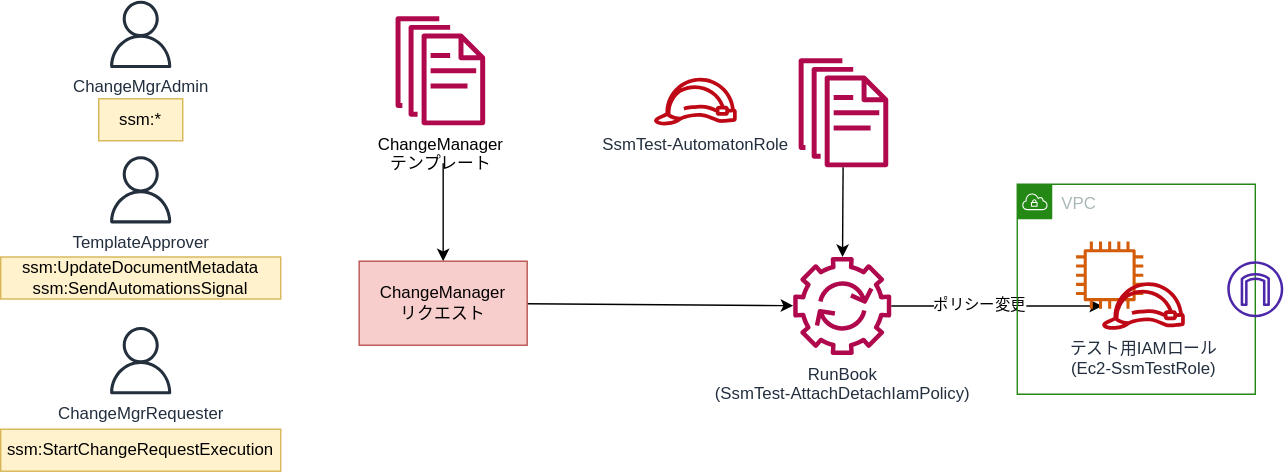
Above: Documents/arch.svg in Noppy/SystemsManager-ChangeManagerPoC (draw.io), before the change. Source tidied: cells renumbered, new cells last; positions are measured from the earlier drawing's top-left corner, leaving out a move shared by most shapes. Source of this version:
```xml
<mxGraphModel>
  <root>
    <mxCell id="0" />
    <mxCell id="1" parent="0" />
    <mxCell id="2" value="ChangeMgrRequester" style="sketch=0;fontColor=#232F3E;gradientColor=none;fillColor=#232F3D;strokeColor=none;dashed=0;verticalLabelPosition=bottom;verticalAlign=top;align=center;html=1;fontSize=12;fontStyle=0;shape=mxgraph.aws4.user;" parent="1" vertex="1">
      <mxGeometry x="76" y="233" width="48" height="48" as="geometry" />
    </mxCell>
    <mxCell id="3" style="rounded=0;jettySize=auto;html=1;strokeColor=default;" parent="1" edge="1" source="5" target="8">
      <mxGeometry relative="1" as="geometry" />
    </mxCell>
    <mxCell id="4" value="ポリシー変更" style="edgeLabel;html=1;align=center;verticalAlign=middle;" parent="3" vertex="1">
      <mxGeometry x="-0.17" y="2" relative="1" as="geometry" />
    </mxCell>
    <mxCell id="5" value="RunBook&lt;br&gt;(SsmTest-AttachDetachIamPolicy)" style="sketch=0;outlineConnect=0;fontColor=#232F3E;gradientColor=none;fillColor=#B0084D;strokeColor=none;dashed=0;verticalLabelPosition=bottom;verticalAlign=top;align=center;html=1;fontSize=12;fontStyle=0;shape=mxgraph.aws4.automation;" parent="1" vertex="1">
      <mxGeometry x="566" y="183" width="70" height="70" as="geometry" />
    </mxCell>
    <mxCell id="6" value="VPC" style="gradientColor=none;html=1;whiteSpace=wrap;fontSize=12;fontStyle=0;shape=mxgraph.aws4.group;grIcon=mxgraph.aws4.group_vpc;strokeColor=#248814;fillColor=none;verticalAlign=top;align=left;spacingLeft=30;fontColor=#AAB7B8;dashed=0;" parent="1" vertex="1">
      <mxGeometry x="726" y="131" width="170" height="150" as="geometry" />
    </mxCell>
    <mxCell id="7" style="sketch=0;fontColor=#232F3E;gradientColor=none;fillColor=#D45B07;strokeColor=none;dashed=0;verticalLabelPosition=bottom;verticalAlign=top;align=center;html=1;fontSize=12;fontStyle=0;shape=mxgraph.aws4.instance2;" parent="6" vertex="1">
      <mxGeometry x="42" y="41" width="48" height="48" as="geometry" />
    </mxCell>
    <mxCell id="8" value="テスト用IAMロール&lt;br&gt;(Ec2-SsmTestRole)" style="sketch=0;outlineConnect=0;fontColor=#232F3E;gradientColor=none;fillColor=#BF0816;strokeColor=none;dashed=0;verticalLabelPosition=bottom;verticalAlign=top;align=center;html=1;fontSize=12;fontStyle=0;shape=mxgraph.aws4.role;" parent="6" vertex="1">
      <mxGeometry x="60" y="70" width="60.3" height="34" as="geometry" />
    </mxCell>
    <mxCell id="9" style="sketch=0;fontColor=#232F3E;gradientColor=none;fillColor=#4D27AA;strokeColor=none;dashed=0;verticalLabelPosition=bottom;verticalAlign=top;align=center;html=1;fontSize=12;fontStyle=0;shape=mxgraph.aws4.internet_gateway;" parent="6" vertex="1">
      <mxGeometry x="150" y="55" width="40" height="40" as="geometry" />
    </mxCell>
    <mxCell id="10" value="SsmTest-AutomatonRole" style="sketch=0;fontColor=#232F3E;gradientColor=none;fillColor=#BF0816;strokeColor=none;dashed=0;verticalLabelPosition=bottom;verticalAlign=top;align=center;html=1;fontSize=12;fontStyle=0;shape=mxgraph.aws4.role;" parent="1" vertex="1">
      <mxGeometry x="466" y="55" width="60.3" height="34" as="geometry" />
    </mxCell>
    <mxCell id="11" style="sketch=0;outlineConnect=0;fontColor=#232F3E;gradientColor=none;fillColor=#B0084D;strokeColor=none;dashed=0;verticalLabelPosition=bottom;verticalAlign=top;align=center;html=1;fontSize=12;fontStyle=0;shape=mxgraph.aws4.documents;" parent="1" vertex="1">
      <mxGeometry x="569.9" y="41" width="64" height="78" as="geometry" />
    </mxCell>
    <mxCell id="12" style="rounded=0;jettySize=auto;html=1;" parent="1" edge="1" source="11" target="5">
      <mxGeometry relative="1" as="geometry" />
    </mxCell>
    <mxCell id="13" style="edgeStyle=none;rounded=0;jettySize=auto;html=1;entryX=0.5;entryY=0;entryDx=0;entryDy=0;" parent="1" edge="1" target="15">
      <mxGeometry relative="1" as="geometry">
        <mxPoint x="316" y="116" as="sourcePoint" />
      </mxGeometry>
    </mxCell>
    <mxCell id="14" style="edgeStyle=none;rounded=0;jettySize=auto;html=1;" parent="1" edge="1" source="15" target="5">
      <mxGeometry relative="1" as="geometry" />
    </mxCell>
    <mxCell id="15" value="ChangeManager&lt;br&gt;リクエスト" style="rounded=0;whiteSpace=wrap;html=1;fillColor=#f8cecc;strokeColor=#b85450;" parent="1" vertex="1">
      <mxGeometry x="256" y="186" width="120" height="60" as="geometry" />
    </mxCell>
    <mxCell id="16" value="TemplateApprover" style="sketch=0;fontColor=#232F3E;gradientColor=none;fillColor=#232F3D;strokeColor=none;dashed=0;verticalLabelPosition=bottom;verticalAlign=top;align=center;html=1;fontSize=12;fontStyle=0;shape=mxgraph.aws4.user;" parent="1" vertex="1">
      <mxGeometry x="76" y="111" width="48" height="48" as="geometry" />
    </mxCell>
    <mxCell id="17" value="ChangeMgrAdmin" style="sketch=0;fontColor=#232F3E;gradientColor=none;fillColor=#232F3D;strokeColor=none;dashed=0;verticalLabelPosition=bottom;verticalAlign=top;align=center;html=1;fontSize=12;fontStyle=0;shape=mxgraph.aws4.user;" parent="1" vertex="1">
      <mxGeometry x="76" width="48" height="48" as="geometry" />
    </mxCell>
    <mxCell id="18" value="&lt;span style=&quot;color: rgb(0 , 0 , 0)&quot;&gt;ChangeManager&lt;/span&gt;&lt;br style=&quot;color: rgb(0 , 0 , 0)&quot;&gt;&lt;span style=&quot;color: rgb(0 , 0 , 0)&quot;&gt;テンプレート&lt;/span&gt;" style="sketch=0;fontColor=#232F3E;gradientColor=none;fillColor=#B0084D;strokeColor=none;dashed=0;verticalLabelPosition=bottom;verticalAlign=top;align=center;html=1;fontSize=12;fontStyle=0;shape=mxgraph.aws4.documents;" parent="1" vertex="1">
      <mxGeometry x="282" y="11" width="64" height="78" as="geometry" />
    </mxCell>
    <mxCell id="19" value="ssm:StartChangeRequestExecution" style="rounded=0;whiteSpace=wrap;html=1;fillColor=#fff2cc;strokeColor=#d6b656;" parent="1" vertex="1">
      <mxGeometry y="306" width="200" height="30" as="geometry" />
    </mxCell>
    <mxCell id="20" value="ssm:UpdateDocumentMetadata&lt;br&gt;ssm:SendAutomationsSignal" style="rounded=0;whiteSpace=wrap;html=1;fillColor=#fff2cc;strokeColor=#d6b656;" parent="1" vertex="1">
      <mxGeometry y="183" width="200" height="30" as="geometry" />
    </mxCell>
    <mxCell id="21" value="ssm:*" style="rounded=0;whiteSpace=wrap;html=1;fillColor=#fff2cc;strokeColor=#d6b656;" parent="1" vertex="1">
      <mxGeometry x="70" y="70" width="60" height="30" as="geometry" />
    </mxCell>
  </root>
</mxGraphModel>
```
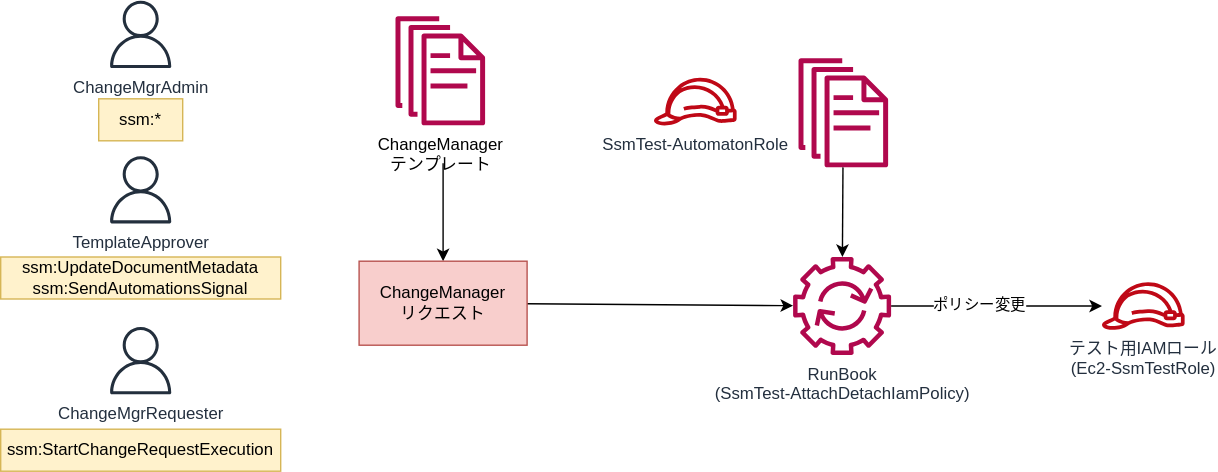
After the commit.

Commit message:
検証図修正

Diff of the diagram source:
```diff
@@ -14,18 +14,6 @@
     <mxCell id="5" value="RunBook&lt;br&gt;(SsmTest-AttachDetachIamPolicy)" style="sketch=0;outlineConnect=0;fontColor=#232F3E;gradientColor=none;fillColor=#B0084D;strokeColor=none;dashed=0;verticalLabelPosition=bottom;verticalAlign=top;align=center;html=1;fontSize=12;fontStyle=0;shape=mxgraph.aws4.automation;" parent="1" vertex="1">
       <mxGeometry x="566" y="183" width="70" height="70" as="geometry" />
     </mxCell>
-    <mxCell id="6" value="VPC" style="gradientColor=none;html=1;whiteSpace=wrap;fontSize=12;fontStyle=0;shape=mxgraph.aws4.group;grIcon=mxgraph.aws4.group_vpc;strokeColor=#248814;fillColor=none;verticalAlign=top;align=left;spacingLeft=30;fontColor=#AAB7B8;dashed=0;" parent="1" vertex="1">
-      <mxGeometry x="726" y="131" width="170" height="150" as="geometry" />
-    </mxCell>
-    <mxCell id="7" style="sketch=0;fontColor=#232F3E;gradientColor=none;fillColor=#D45B07;strokeColor=none;dashed=0;verticalLabelPosition=bottom;verticalAlign=top;align=center;html=1;fontSize=12;fontStyle=0;shape=mxgraph.aws4.instance2;" parent="6" vertex="1">
-      <mxGeometry x="42" y="41" width="48" height="48" as="geometry" />
-    </mxCell>
-    <mxCell id="8" value="テスト用IAMロール&lt;br&gt;(Ec2-SsmTestRole)" style="sketch=0;outlineConnect=0;fontColor=#232F3E;gradientColor=none;fillColor=#BF0816;strokeColor=none;dashed=0;verticalLabelPosition=bottom;verticalAlign=top;align=center;html=1;fontSize=12;fontStyle=0;shape=mxgraph.aws4.role;" parent="6" vertex="1">
-      <mxGeometry x="60" y="70" width="60.3" height="34" as="geometry" />
-    </mxCell>
-    <mxCell id="9" style="sketch=0;fontColor=#232F3E;gradientColor=none;fillColor=#4D27AA;strokeColor=none;dashed=0;verticalLabelPosition=bottom;verticalAlign=top;align=center;html=1;fontSize=12;fontStyle=0;shape=mxgraph.aws4.internet_gateway;" parent="6" vertex="1">
-      <mxGeometry x="150" y="55" width="40" height="40" as="geometry" />
-    </mxCell>
     <mxCell id="10" value="SsmTest-AutomatonRole" style="sketch=0;fontColor=#232F3E;gradientColor=none;fillColor=#BF0816;strokeColor=none;dashed=0;verticalLabelPosition=bottom;verticalAlign=top;align=center;html=1;fontSize=12;fontStyle=0;shape=mxgraph.aws4.role;" parent="1" vertex="1">
       <mxGeometry x="466" y="55" width="60.3" height="34" as="geometry" />
     </mxCell>
@@ -64,5 +52,8 @@
     <mxCell id="21" value="ssm:*" style="rounded=0;whiteSpace=wrap;html=1;fillColor=#fff2cc;strokeColor=#d6b656;" parent="1" vertex="1">
       <mxGeometry x="70" y="70" width="60" height="30" as="geometry" />
     </mxCell>
+    <mxCell id="8" value="テスト用IAMロール&lt;br&gt;(Ec2-SsmTestRole)" style="sketch=0;outlineConnect=0;fontColor=#232F3E;gradientColor=none;fillColor=#BF0816;strokeColor=none;dashed=0;verticalLabelPosition=bottom;verticalAlign=top;align=center;html=1;fontSize=12;fontStyle=0;shape=mxgraph.aws4.role;" parent="1" vertex="1">
+      <mxGeometry x="786" y="201" width="60.3" height="34" as="geometry" />
+    </mxCell>
   </root>
 </mxGraphModel>
```
